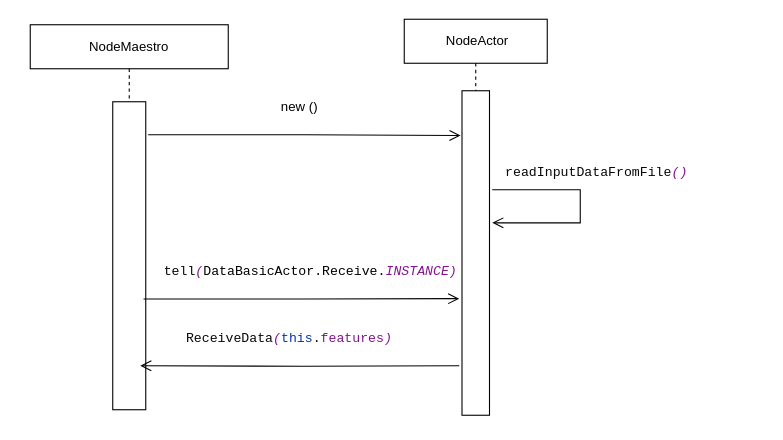
The draw.io diagram sendFeaturesToNodes.drawio in vanelopethecoder/som-basic, before the edit. Source tidied: cells renumbered, new cells numbered last; positions are measured from the earlier drawing's top-left corner, leaving out a move shared by most shapes. Both pictures are drawn from the tidied source at 110%, with x=0, y=0 at pixel (30, 19).
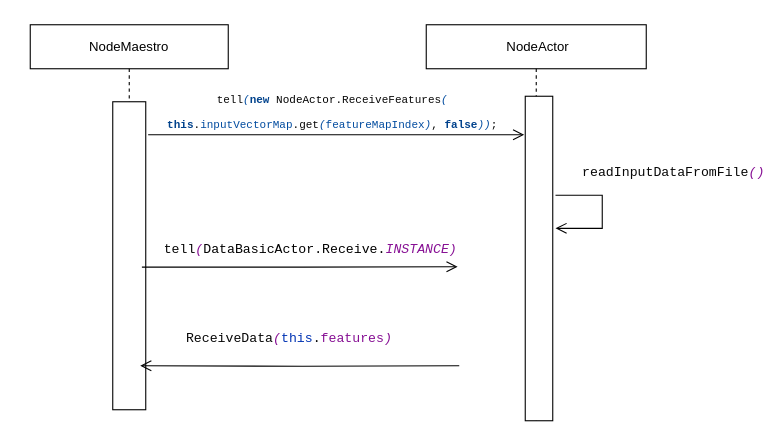
Above is the later version.

Diff of the diagram source:
```diff
@@
 <mxGraphModel>
   <root>
     <mxCell id="0" />
     <mxCell id="1" parent="0" />
     <mxCell id="2" value="NodeMaestro" style="shape=umlLifeline;perimeter=lifelinePerimeter;whiteSpace=wrap;html=1;" parent="1" vertex="1">
       <mxGeometry y="5" width="180" height="350" as="geometry" />
     </mxCell>
     <mxCell id="3" style="rounded=0;whiteSpace=wrap;html=1;" parent="2" vertex="1">
       <mxGeometry x="75" y="70" width="30" height="280" as="geometry" />
     </mxCell>
-    <mxCell id="4" value="new ()" style="text;html=1;strokeColor=none;fillColor=none;align=center;verticalAlign=middle;whiteSpace=wrap;rounded=0;" parent="1" vertex="1">
-      <mxGeometry x="170" y="65" width="150" height="30" as="geometry" />
-    </mxCell>
     <mxCell id="5" value="&lt;pre style=&quot;background-color: #ffffff ; color: #080808 ; font-family: &amp;#34;jetbrains mono&amp;#34; , monospace ; font-size: 9 8pt&quot;&gt;readInputDataFromFile&lt;span style=&quot;color: #871094 ; font-style: italic&quot;&gt;()&lt;/span&gt;&lt;/pre&gt;" style="text;html=1;strokeColor=none;fillColor=none;align=center;verticalAlign=middle;whiteSpace=wrap;rounded=0;" parent="1" vertex="1">
-      <mxGeometry x="470" y="125" width="90" height="30" as="geometry" />
+      <mxGeometry x="540" y="125" width="90" height="30" as="geometry" />
     </mxCell>
     <mxCell id="6" value="&amp;nbsp;NodeActor" style="shape=umlLifeline;perimeter=lifelinePerimeter;whiteSpace=wrap;html=1;" parent="1" vertex="1">
-      <mxGeometry x="340" width="130" height="360" as="geometry" />
+      <mxGeometry x="360" y="5" width="200" height="360" as="geometry" />
     </mxCell>
     <mxCell id="7" style="rounded=0;whiteSpace=wrap;html=1;" parent="6" vertex="1">
-      <mxGeometry x="52.5" y="65" width="25" height="295" as="geometry" />
+      <mxGeometry x="90" y="65" width="25" height="295" as="geometry" />
     </mxCell>
     <mxCell id="8" style="edgeStyle=orthogonalEdgeStyle;html=1;verticalAlign=bottom;endArrow=open;endSize=8;strokeColor=#000000;rounded=0;exitX=1.1;exitY=0.305;exitDx=0;exitDy=0;exitPerimeter=0;entryX=1.1;entryY=0.407;entryDx=0;entryDy=0;entryPerimeter=0;" parent="6" edge="1" source="7" target="7">
       <mxGeometry relative="1" as="geometry">
         <Array as="points">
           <mxPoint x="160" y="155" />
           <mxPoint x="160" y="185" />
         </Array>
       </mxGeometry>
     </mxCell>
+    <mxCell id="4" value="&lt;pre style=&quot;background-color: rgb(255 , 255 , 255) ; color: rgb(8 , 8 , 8) ; font-family: &amp;#34;droid sans mono dotted&amp;#34; , monospace ; font-size: 10px&quot;&gt;tell&lt;span style=&quot;color: #004b9f ; font-style: italic&quot;&gt;(&lt;/span&gt;&lt;span style=&quot;color: #00428c ; font-weight: bold&quot;&gt;new &lt;/span&gt;&lt;span style=&quot;color: #000000&quot;&gt;NodeActor&lt;/span&gt;.ReceiveFeatures&lt;span style=&quot;color: #004b9f ; font-style: italic&quot;&gt;(&lt;/span&gt;&lt;/pre&gt;&lt;pre style=&quot;background-color: rgb(255 , 255 , 255) ; color: rgb(8 , 8 , 8) ; font-family: &amp;#34;droid sans mono dotted&amp;#34; , monospace ; font-size: 10px&quot;&gt;&lt;span style=&quot;color: #00428c ; font-weight: bold&quot;&gt;this&lt;/span&gt;.&lt;span style=&quot;color: #004b9f&quot;&gt;inputVectorMap&lt;/span&gt;.get&lt;span style=&quot;color: #004b9f ; font-style: italic&quot;&gt;(&lt;/span&gt;&lt;span style=&quot;color: #004b9f&quot;&gt;featureMapIndex&lt;/span&gt;&lt;span style=&quot;color: #004b9f ; font-style: italic&quot;&gt;)&lt;/span&gt;, &lt;span style=&quot;color: #00428c ; font-weight: bold&quot;&gt;false&lt;/span&gt;&lt;span style=&quot;color: #004b9f ; font-style: italic&quot;&gt;))&lt;/span&gt;;&lt;/pre&gt;" style="text;html=1;strokeColor=none;fillColor=none;align=center;verticalAlign=middle;whiteSpace=wrap;rounded=0;" parent="6" vertex="1">
+      <mxGeometry x="-370" y="65" width="570" height="30" as="geometry" />
+    </mxCell>
     <mxCell id="9" value="&lt;pre style=&quot;background-color: #ffffff ; color: #080808 ; font-family: &amp;#34;jetbrains mono&amp;#34; , monospace ; font-size: 9 8pt&quot;&gt;tell&lt;span style=&quot;color: #871094 ; font-style: italic&quot;&gt;(&lt;/span&gt;&lt;span style=&quot;color: #000000&quot;&gt;DataBasicActor&lt;/span&gt;.&lt;span style=&quot;color: #000000&quot;&gt;Receive&lt;/span&gt;.&lt;span style=&quot;color: #871094 ; font-style: italic&quot;&gt;INSTANCE)&lt;/span&gt;&lt;/pre&gt;" style="text;html=1;strokeColor=none;fillColor=none;align=center;verticalAlign=middle;whiteSpace=wrap;rounded=0;" parent="1" vertex="1">
-      <mxGeometry x="180" y="215" width="150" height="30" as="geometry" />
+      <mxGeometry x="180" y="195" width="150" height="30" as="geometry" />
     </mxCell>
     <mxCell id="10" value="&lt;pre style=&quot;background-color: #ffffff ; color: #080808 ; font-family: &amp;quot;jetbrains mono&amp;quot; , monospace ; font-size: 9 8pt&quot;&gt;ReceiveData&lt;span style=&quot;color: #871094 ; font-style: italic&quot;&gt;(&lt;/span&gt;&lt;span style=&quot;color: #0033b3&quot;&gt;this&lt;/span&gt;.&lt;span style=&quot;color: #871094&quot;&gt;features&lt;/span&gt;&lt;span style=&quot;color: #871094 ; font-style: italic&quot;&gt;)&lt;/span&gt;&lt;/pre&gt;" style="text;whiteSpace=wrap;html=1;" parent="1" vertex="1">
       <mxGeometry x="140" y="265" width="210" height="50" as="geometry" />
     </mxCell>
-    <mxCell id="11" style="edgeStyle=orthogonalEdgeStyle;html=1;verticalAlign=bottom;endArrow=open;endSize=8;strokeColor=#000000;rounded=0;exitX=1.073;exitY=0.107;exitDx=0;exitDy=0;exitPerimeter=0;entryX=-0.052;entryY=0.138;entryDx=0;entryDy=0;entryPerimeter=0;" parent="1" edge="1" source="3" target="7">
-      <mxGeometry relative="1" as="geometry" />
+    <mxCell id="11" style="edgeStyle=orthogonalEdgeStyle;html=1;verticalAlign=bottom;endArrow=open;endSize=8;strokeColor=#000000;rounded=0;exitX=1.073;exitY=0.107;exitDx=0;exitDy=0;exitPerimeter=0;" parent="1" edge="1" source="3">
+      <mxGeometry relative="1" as="geometry">
+        <mxPoint x="449" y="105" as="targetPoint" />
+        <Array as="points">
+          <mxPoint x="449" y="105" />
+        </Array>
+      </mxGeometry>
     </mxCell>
     <mxCell id="12" style="edgeStyle=orthogonalEdgeStyle;html=1;verticalAlign=bottom;endArrow=open;endSize=8;strokeColor=#000000;rounded=0;exitX=1.073;exitY=0.107;exitDx=0;exitDy=0;exitPerimeter=0;" parent="1" edge="1">
       <mxGeometry relative="1" as="geometry">
-        <mxPoint x="103" y="254.3" as="sourcePoint" />
-        <mxPoint x="390" y="254" as="targetPoint" />
+        <mxPoint x="101.5" y="225.3" as="sourcePoint" />
+        <mxPoint x="388.5" y="225" as="targetPoint" />
         <Array as="points">
-          <mxPoint x="250" y="254" />
+          <mxPoint x="248.5" y="225" />
         </Array>
       </mxGeometry>
     </mxCell>
     <mxCell id="13" style="edgeStyle=orthogonalEdgeStyle;html=1;verticalAlign=bottom;endArrow=open;endSize=8;strokeColor=#000000;rounded=0;entryX=0.833;entryY=0.857;entryDx=0;entryDy=0;entryPerimeter=0;" parent="1" edge="1" target="3">
       <mxGeometry relative="1" as="geometry">
         <mxPoint x="390" y="315" as="sourcePoint" />
       </mxGeometry>
     </mxCell>
   </root>
 </mxGraphModel>
```
